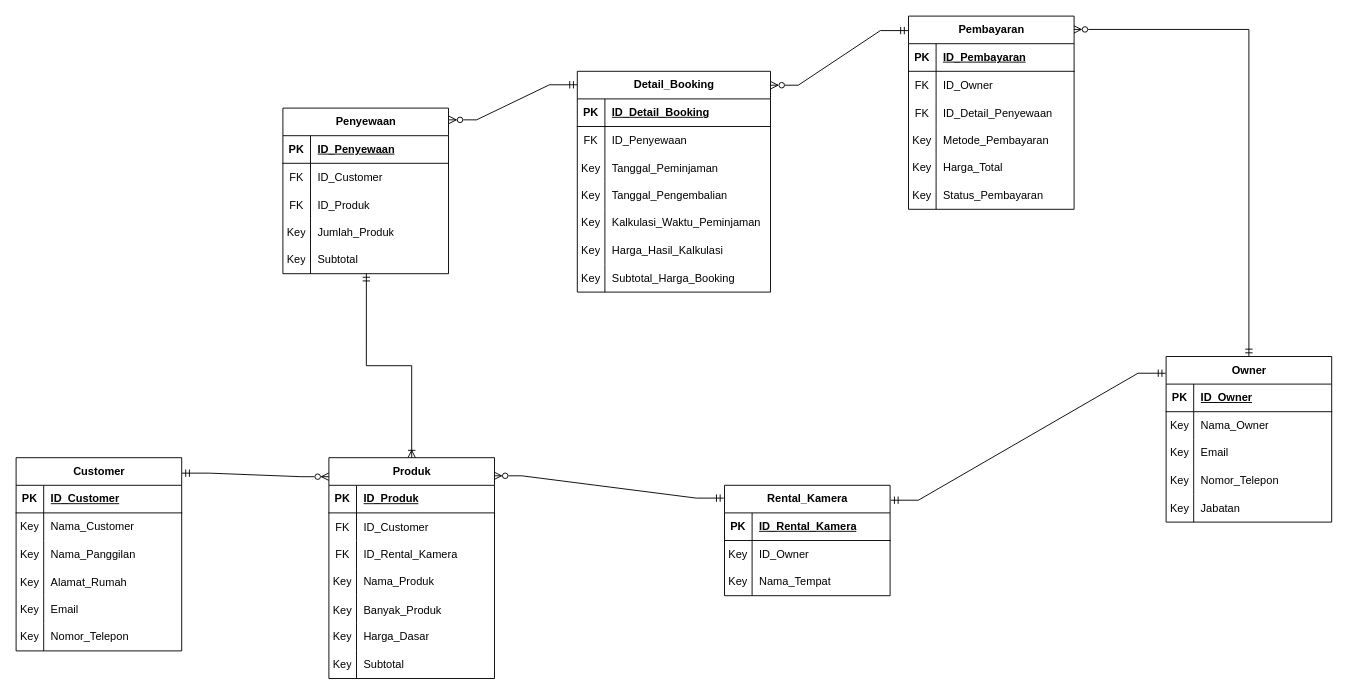
Above: sistem-rental-kamera.drawio in King-Ag-Jv/Project-Atrem (draw.io), before the change. Source tidied: cells renumbered, new cells numbered last; positions are measured from the earlier drawing's top-left corner, leaving out a move shared by most shapes. Both pictures are drawn from the tidied source at 92%, with x=0, y=0 at pixel (16, 16).
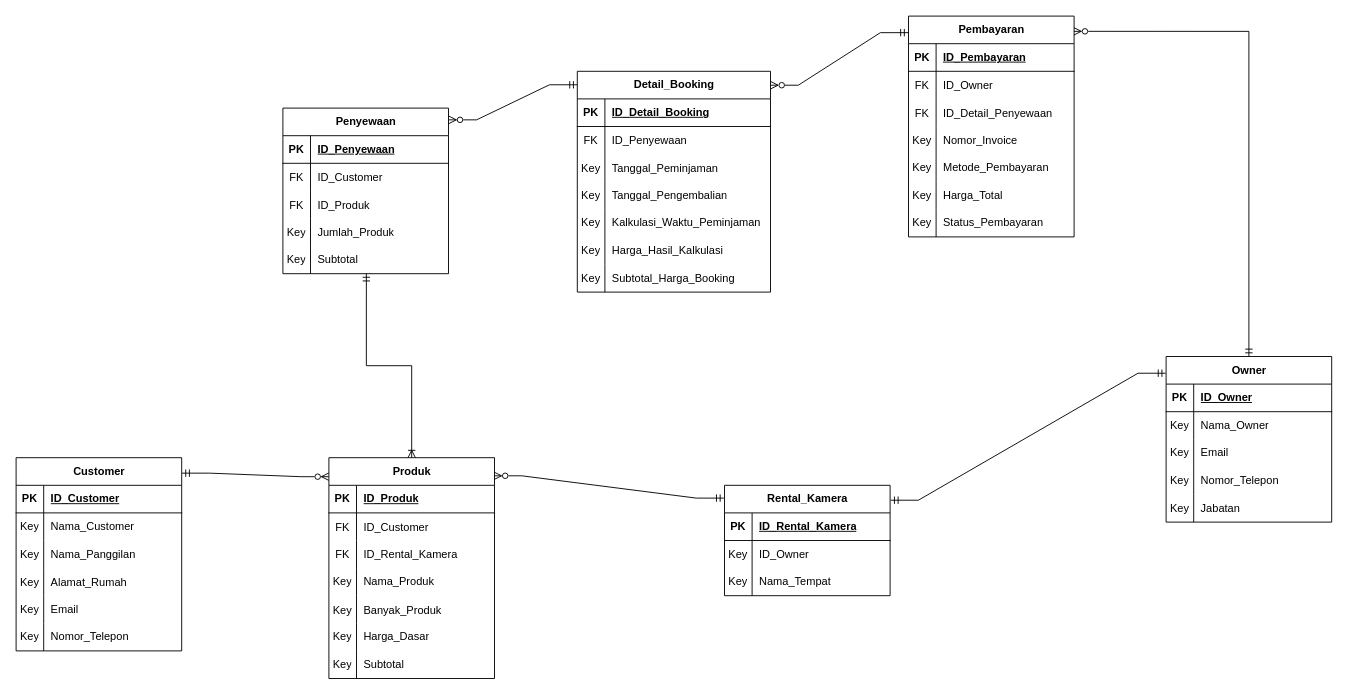
Above is the later version.

Diff of the diagram source:
```diff
@@
     <mxCell id="75" value="Pembayaran" style="shape=table;startSize=30;childLayout=tableLayout;rowLines=0;fontStyle=1;align=center;html=1;" parent="1" vertex="1">
-      <mxGeometry x="970" width="180" height="210" as="geometry" />
+      <mxGeometry x="970" width="180" height="240" as="geometry" />
     </mxCell>
@@
+    <mxCell id="133" style="shape=tableRow;horizontal=0;startSize=0;swimlaneHead=0;swimlaneBody=0;fillColor=none;top=0;left=0;right=0;bottom=0;" parent="75" vertex="1">
+      <mxGeometry y="120" width="180" height="30" as="geometry" />
+    </mxCell>
+    <mxCell id="134" value="Key" style="shape=partialRectangle;fillColor=none;top=0;left=0;bottom=0;right=0;overflow=hidden;" parent="133" vertex="1">
+      <mxGeometry width="30" height="30" as="geometry" />
+    </mxCell>
+    <mxCell id="135" value="Nomor_Invoice" style="shape=partialRectangle;fillColor=none;top=0;left=0;bottom=0;right=0;align=left;spacingLeft=6;overflow=hidden;" parent="133" vertex="1">
+      <mxGeometry x="30" width="150" height="30" as="geometry" />
+    </mxCell>
     <mxCell id="85" style="shape=tableRow;horizontal=0;startSize=0;swimlaneHead=0;swimlaneBody=0;fillColor=none;top=0;left=0;right=0;bottom=0;" parent="75" vertex="1">
-      <mxGeometry y="120" width="180" height="30" as="geometry" />
+      <mxGeometry y="150" width="180" height="30" as="geometry" />
     </mxCell>
@@
     <mxCell id="88" style="shape=tableRow;horizontal=0;startSize=0;swimlaneHead=0;swimlaneBody=0;fillColor=none;top=0;left=0;right=0;bottom=0;" parent="75" vertex="1">
-      <mxGeometry y="150" width="180" height="30" as="geometry" />
+      <mxGeometry y="180" width="180" height="30" as="geometry" />
     </mxCell>
@@
     <mxCell id="91" style="shape=tableRow;horizontal=0;startSize=0;swimlaneHead=0;swimlaneBody=0;fillColor=none;top=0;left=0;right=0;bottom=0;" parent="75" vertex="1">
-      <mxGeometry y="180" width="180" height="30" as="geometry" />
+      <mxGeometry y="210" width="180" height="30" as="geometry" />
     </mxCell>
```
